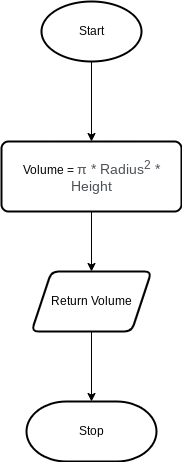
Before: flowchart.png, a diagram exported from draw.io (Ethan-Prieur1/ICS3U-Unit5-04-Python). Source tidied: cells renumbered, new cells last; positions are measured from the earlier drawing's top-left corner, leaving out a move shared by most shapes.
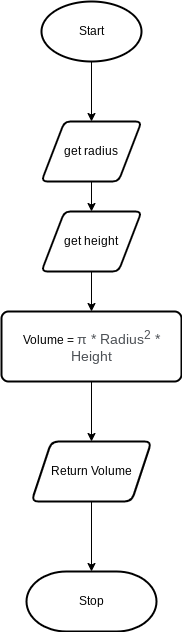
After the change.

Diff of the diagram source:
```diff
@@ -2,11 +2,11 @@
   <root>
     <mxCell id="0" />
     <mxCell id="1" parent="0" />
-    <mxCell id="2" style="edgeStyle=none;html=1;" parent="1" edge="1" source="3" target="5">
-      <mxGeometry relative="1" as="geometry" />
-    </mxCell>
+    <mxCell id="9" style="edgeStyle=none;html=1;" parent="1" edge="1" source="3" target="11">
+      <mxGeometry relative="1" as="geometry" />
+    </mxCell>
     <mxCell id="3" value="Start" style="strokeWidth=2;html=1;shape=mxgraph.flowchart.start_1;whiteSpace=wrap;" parent="1" vertex="1">
-      <mxGeometry x="40" width="100" height="60" as="geometry" />
+      <mxGeometry x="40" y="-170" width="100" height="60" as="geometry" />
     </mxCell>
     <mxCell id="4" style="edgeStyle=none;html=1;" parent="1" edge="1" source="5" target="8">
       <mxGeometry relative="1" as="geometry" />
@@ -23,5 +23,17 @@
     <mxCell id="8" value="Return Volume" style="shape=parallelogram;perimeter=parallelogramPerimeter;whiteSpace=wrap;html=1;fixedSize=1;rounded=1;arcSize=14;strokeWidth=2;" parent="1" vertex="1">
       <mxGeometry x="30" y="270" width="120" height="60" as="geometry" />
     </mxCell>
+    <mxCell id="10" style="edgeStyle=none;html=1;" parent="1" edge="1" source="11" target="13">
+      <mxGeometry relative="1" as="geometry" />
+    </mxCell>
+    <mxCell id="11" value="get radius" style="shape=parallelogram;html=1;strokeWidth=2;perimeter=parallelogramPerimeter;whiteSpace=wrap;rounded=1;arcSize=12;size=0.23;" parent="1" vertex="1">
+      <mxGeometry x="40" y="-50" width="100" height="60" as="geometry" />
+    </mxCell>
+    <mxCell id="12" style="edgeStyle=none;html=1;" parent="1" edge="1" source="13" target="5">
+      <mxGeometry relative="1" as="geometry" />
+    </mxCell>
+    <mxCell id="13" value="get height" style="shape=parallelogram;html=1;strokeWidth=2;perimeter=parallelogramPerimeter;whiteSpace=wrap;rounded=1;arcSize=12;size=0.23;" parent="1" vertex="1">
+      <mxGeometry x="40" y="40" width="100" height="60" as="geometry" />
+    </mxCell>
   </root>
 </mxGraphModel>
```
